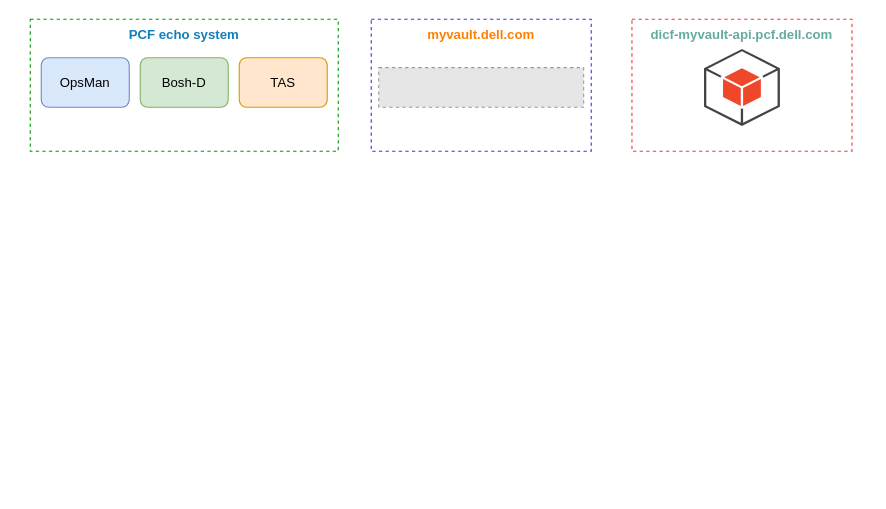
Before: Untitled Diagram.drawio in rama78/drawio, a draw.io diagram. Source tidied: cells renumbered, new cells numbered last; positions are measured from the earlier drawing's top-left corner, leaving out a move shared by most shapes. Both pictures are drawn from the tidied source at 110%, with x=0, y=0 at pixel (30, 19). Pictures stored in the file or linked from it are replaced by grey dashed boxes.
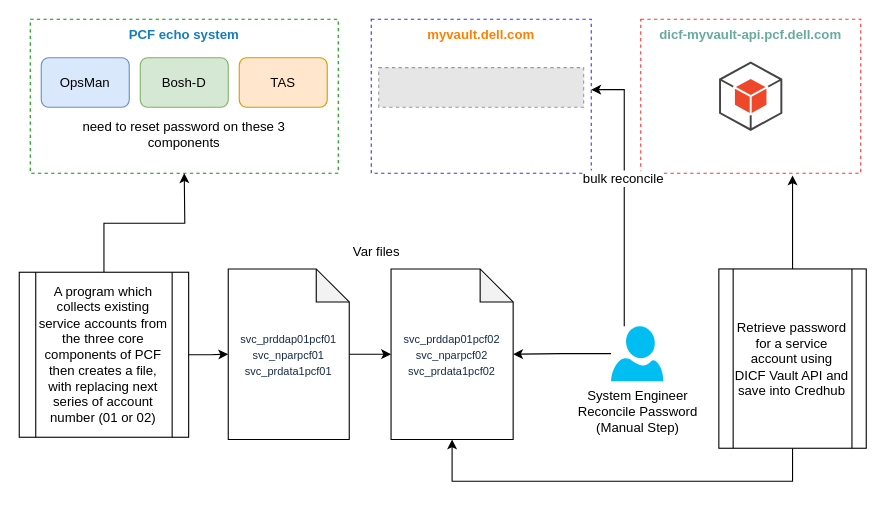
The same diagram, later.

Commit message:
added credhub details

Change to the diagram source:
```diff
@@
     <mxCell id="2" value="PCF echo system" style="fillColor=none;strokeColor=#009900;dashed=1;verticalAlign=top;fontStyle=1;fontColor=#147EBA;" parent="1" vertex="1">
-      <mxGeometry width="280" height="120" as="geometry" />
+      <mxGeometry width="280" height="140" as="geometry" />
     </mxCell>
@@
     <mxCell id="6" value="myvault.dell.com" style="fillColor=none;strokeColor=#3333FF;dashed=1;verticalAlign=top;fontStyle=1;fontColor=#FF8000;" parent="1" vertex="1">
-      <mxGeometry x="310" width="200" height="120" as="geometry" />
+      <mxGeometry x="310" width="200" height="140" as="geometry" />
     </mxCell>
@@
     <mxCell id="8" value="dicf-myvault-api.pcf.dell.com" style="fillColor=none;strokeColor=#FF3333;dashed=1;verticalAlign=top;fontStyle=1;fontColor=#67AB9F;" parent="1" vertex="1">
-      <mxGeometry x="547" width="200" height="120" as="geometry" />
+      <mxGeometry x="555" width="200" height="140" as="geometry" />
     </mxCell>
     <mxCell id="9" style="dashed=0;verticalLabelPosition=bottom;verticalAlign=top;align=center;html=1;shape=mxgraph.aws3.android;fillColor=#EE472A;gradientColor=none;fontColor=#67AB9F;strokeColor=#3333FF;" parent="1" vertex="1">
-      <mxGeometry x="612.5" y="27" width="69" height="70" as="geometry" />
+      <mxGeometry x="626.2" y="38.5" width="57.5" height="63" as="geometry" />
     </mxCell>
+    <mxCell id="10" style="edgeStyle=orthogonalEdgeStyle;rounded=0;jettySize=auto;html=1;fontColor=#000000;" parent="1" edge="1" source="12">
+      <mxGeometry relative="1" as="geometry">
+        <mxPoint x="140" y="140" as="targetPoint" />
+      </mxGeometry>
+    </mxCell>
+    <mxCell id="11" style="edgeStyle=orthogonalEdgeStyle;rounded=0;jettySize=auto;html=1;fontSize=10;fontColor=#000000;" parent="1" edge="1" source="12" target="15">
+      <mxGeometry relative="1" as="geometry" />
+    </mxCell>
+    <mxCell id="12" value="&lt;font color=&quot;#000000&quot;&gt;A program which collects existing service accounts from the three core components of PCF then creates a file, with replacing next series of account number (01 or 02)&lt;/font&gt;" style="shape=process;whiteSpace=wrap;html=1;backgroundOutline=1;fontColor=#67AB9F;strokeColor=#000000;" parent="1" vertex="1">
+      <mxGeometry x="-10" y="230" width="154" height="150" as="geometry" />
+    </mxCell>
+    <mxCell id="13" value="&lt;font color=&quot;#000000&quot;&gt;need to reset password on these 3 components&lt;/font&gt;" style="text;html=1;strokeColor=none;fillColor=none;align=center;verticalAlign=middle;whiteSpace=wrap;rounded=0;fontColor=#67AB9F;" parent="1" vertex="1">
+      <mxGeometry x="40" y="90" width="200" height="30" as="geometry" />
+    </mxCell>
+    <mxCell id="14" style="edgeStyle=orthogonalEdgeStyle;rounded=0;jettySize=auto;html=1;fontSize=10;fontColor=#000000;" parent="1" edge="1" source="15" target="16">
+      <mxGeometry relative="1" as="geometry" />
+    </mxCell>
+    <mxCell id="15" value="&lt;font style=&quot;font-size: 10px&quot;&gt;&lt;span style=&quot;color: rgb(23 , 43 , 77) ; font-family: , &amp;#34;blinkmacsystemfont&amp;#34; , &amp;#34;segoe ui&amp;#34; , &amp;#34;roboto&amp;#34; , &amp;#34;oxygen&amp;#34; , &amp;#34;ubuntu&amp;#34; , &amp;#34;fira sans&amp;#34; , &amp;#34;droid sans&amp;#34; , &amp;#34;helvetica neue&amp;#34; , sans-serif ; background-color: rgb(255 , 255 , 255)&quot;&gt;svc_prddap01pcf01&lt;/span&gt;&lt;br style=&quot;color: rgb(23 , 43 , 77) ; font-family: , &amp;#34;blinkmacsystemfont&amp;#34; , &amp;#34;segoe ui&amp;#34; , &amp;#34;roboto&amp;#34; , &amp;#34;oxygen&amp;#34; , &amp;#34;ubuntu&amp;#34; , &amp;#34;fira sans&amp;#34; , &amp;#34;droid sans&amp;#34; , &amp;#34;helvetica neue&amp;#34; , sans-serif&quot;&gt;&lt;span style=&quot;color: rgb(23 , 43 , 77) ; font-family: , &amp;#34;blinkmacsystemfont&amp;#34; , &amp;#34;segoe ui&amp;#34; , &amp;#34;roboto&amp;#34; , &amp;#34;oxygen&amp;#34; , &amp;#34;ubuntu&amp;#34; , &amp;#34;fira sans&amp;#34; , &amp;#34;droid sans&amp;#34; , &amp;#34;helvetica neue&amp;#34; , sans-serif ; background-color: rgb(255 , 255 , 255)&quot;&gt;svc_nparpcf01&lt;/span&gt;&lt;br style=&quot;color: rgb(23 , 43 , 77) ; font-family: , &amp;#34;blinkmacsystemfont&amp;#34; , &amp;#34;segoe ui&amp;#34; , &amp;#34;roboto&amp;#34; , &amp;#34;oxygen&amp;#34; , &amp;#34;ubuntu&amp;#34; , &amp;#34;fira sans&amp;#34; , &amp;#34;droid sans&amp;#34; , &amp;#34;helvetica neue&amp;#34; , sans-serif&quot;&gt;&lt;span style=&quot;color: rgb(23 , 43 , 77) ; font-family: , &amp;#34;blinkmacsystemfont&amp;#34; , &amp;#34;segoe ui&amp;#34; , &amp;#34;roboto&amp;#34; , &amp;#34;oxygen&amp;#34; , &amp;#34;ubuntu&amp;#34; , &amp;#34;fira sans&amp;#34; , &amp;#34;droid sans&amp;#34; , &amp;#34;helvetica neue&amp;#34; , sans-serif ; background-color: rgb(255 , 255 , 255)&quot;&gt;svc_prdata1pcf01&lt;/span&gt;&lt;/font&gt;" style="shape=note;whiteSpace=wrap;html=1;backgroundOutline=1;darkOpacity=0.05;fontColor=#000000;strokeColor=#000000;" parent="1" vertex="1">
+      <mxGeometry x="180" y="227" width="110" height="155" as="geometry" />
+    </mxCell>
+    <mxCell id="16" value="&lt;font style=&quot;font-size: 10px&quot;&gt;&lt;span style=&quot;color: rgb(23 , 43 , 77) ; font-family: , &amp;#34;blinkmacsystemfont&amp;#34; , &amp;#34;segoe ui&amp;#34; , &amp;#34;roboto&amp;#34; , &amp;#34;oxygen&amp;#34; , &amp;#34;ubuntu&amp;#34; , &amp;#34;fira sans&amp;#34; , &amp;#34;droid sans&amp;#34; , &amp;#34;helvetica neue&amp;#34; , sans-serif ; background-color: rgb(255 , 255 , 255)&quot;&gt;svc_prddap01pcf02&lt;/span&gt;&lt;br style=&quot;color: rgb(23 , 43 , 77) ; font-family: , &amp;#34;blinkmacsystemfont&amp;#34; , &amp;#34;segoe ui&amp;#34; , &amp;#34;roboto&amp;#34; , &amp;#34;oxygen&amp;#34; , &amp;#34;ubuntu&amp;#34; , &amp;#34;fira sans&amp;#34; , &amp;#34;droid sans&amp;#34; , &amp;#34;helvetica neue&amp;#34; , sans-serif&quot;&gt;&lt;span style=&quot;color: rgb(23 , 43 , 77) ; font-family: , &amp;#34;blinkmacsystemfont&amp;#34; , &amp;#34;segoe ui&amp;#34; , &amp;#34;roboto&amp;#34; , &amp;#34;oxygen&amp;#34; , &amp;#34;ubuntu&amp;#34; , &amp;#34;fira sans&amp;#34; , &amp;#34;droid sans&amp;#34; , &amp;#34;helvetica neue&amp;#34; , sans-serif ; background-color: rgb(255 , 255 , 255)&quot;&gt;svc_nparpcf02&lt;/span&gt;&lt;br style=&quot;color: rgb(23 , 43 , 77) ; font-family: , &amp;#34;blinkmacsystemfont&amp;#34; , &amp;#34;segoe ui&amp;#34; , &amp;#34;roboto&amp;#34; , &amp;#34;oxygen&amp;#34; , &amp;#34;ubuntu&amp;#34; , &amp;#34;fira sans&amp;#34; , &amp;#34;droid sans&amp;#34; , &amp;#34;helvetica neue&amp;#34; , sans-serif&quot;&gt;&lt;span style=&quot;color: rgb(23 , 43 , 77) ; font-family: , &amp;#34;blinkmacsystemfont&amp;#34; , &amp;#34;segoe ui&amp;#34; , &amp;#34;roboto&amp;#34; , &amp;#34;oxygen&amp;#34; , &amp;#34;ubuntu&amp;#34; , &amp;#34;fira sans&amp;#34; , &amp;#34;droid sans&amp;#34; , &amp;#34;helvetica neue&amp;#34; , sans-serif ; background-color: rgb(255 , 255 , 255)&quot;&gt;svc_prdata1pcf02&lt;/span&gt;&lt;/font&gt;" style="shape=note;whiteSpace=wrap;html=1;backgroundOutline=1;darkOpacity=0.05;fontColor=#000000;strokeColor=#000000;" parent="1" vertex="1">
+      <mxGeometry x="328" y="227" width="111" height="155" as="geometry" />
+    </mxCell>
+    <mxCell id="17" style="edgeStyle=orthogonalEdgeStyle;rounded=0;jettySize=auto;html=1;fontSize=10;fontColor=#000000;" parent="1" edge="1" source="20" target="16">
+      <mxGeometry relative="1" as="geometry" />
+    </mxCell>
+    <mxCell id="18" style="edgeStyle=orthogonalEdgeStyle;rounded=0;jettySize=auto;html=1;entryX=1;entryY=0.457;entryDx=0;entryDy=0;entryPerimeter=0;fontSize=10;fontColor=#000000;" parent="1" edge="1" source="20" target="6">
+      <mxGeometry relative="1" as="geometry">
+        <Array as="points">
+          <mxPoint x="540" y="275" />
+          <mxPoint x="540" y="64" />
+        </Array>
+      </mxGeometry>
+    </mxCell>
+    <mxCell id="19" value="bulk reconcile" style="edgeLabel;html=1;align=center;verticalAlign=middle;fontSize=12;fontColor=#000000;" parent="18" vertex="1">
+      <mxGeometry x="0.1" y="2" relative="1" as="geometry" />
+    </mxCell>
+    <mxCell id="20" value="&lt;font style=&quot;font-size: 12px&quot;&gt;System Engineer &lt;br&gt;Reconcile Password&lt;br&gt;(Manual Step)&lt;/font&gt;" style="verticalLabelPosition=bottom;html=1;verticalAlign=top;align=center;strokeColor=none;fillColor=#00BEF2;shape=mxgraph.azure.user;fontSize=10;fontColor=#000000;" parent="1" vertex="1">
+      <mxGeometry x="528" y="279" width="47.5" height="50" as="geometry" />
+    </mxCell>
+    <mxCell id="21" value="Var files" style="text;html=1;strokeColor=none;fillColor=none;align=center;verticalAlign=middle;whiteSpace=wrap;rounded=0;fontSize=12;fontColor=#000000;" parent="1" vertex="1">
+      <mxGeometry x="230" y="197" width="170" height="30" as="geometry" />
+    </mxCell>
+    <mxCell id="22" style="edgeStyle=orthogonalEdgeStyle;rounded=0;jettySize=auto;html=1;fontSize=12;fontColor=#000000;entryX=0.5;entryY=1;entryDx=0;entryDy=0;entryPerimeter=0;" parent="1" edge="1" source="24" target="16">
+      <mxGeometry relative="1" as="geometry">
+        <Array as="points">
+          <mxPoint x="693" y="420" />
+          <mxPoint x="384" y="420" />
+        </Array>
+      </mxGeometry>
+    </mxCell>
+    <mxCell id="23" style="edgeStyle=orthogonalEdgeStyle;rounded=0;jettySize=auto;html=1;entryX=0.69;entryY=1.014;entryDx=0;entryDy=0;entryPerimeter=0;fontSize=12;fontColor=#000000;" parent="1" edge="1" source="24" target="8">
+      <mxGeometry relative="1" as="geometry" />
+    </mxCell>
+    <mxCell id="24" value="Retrieve password for a service account using DICF Vault API and save into Credhub" style="shape=process;whiteSpace=wrap;html=1;backgroundOutline=1;fontSize=12;fontColor=#000000;strokeColor=#000000;" parent="1" vertex="1">
+      <mxGeometry x="626" y="227" width="134" height="163" as="geometry" />
+    </mxCell>
```
